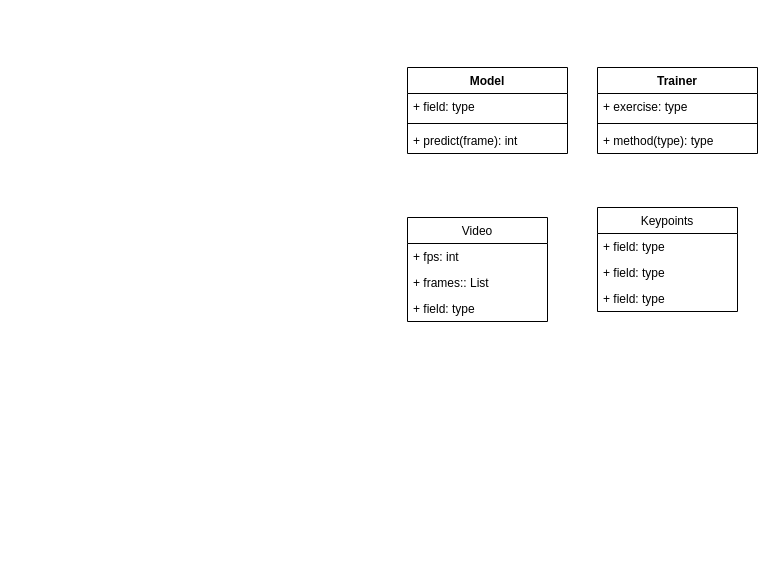
Earlier version of the draw.io diagram Untitled Diagram.drawio (JaviCamp-V/Homefitness-Ja). Source tidied: cells renumbered, new cells numbered last; positions are measured from the earlier drawing's top-left corner, leaving out a move shared by most shapes. Both pictures are drawn from the tidied source at 100%, with x=0, y=0 at pixel (407, 67).
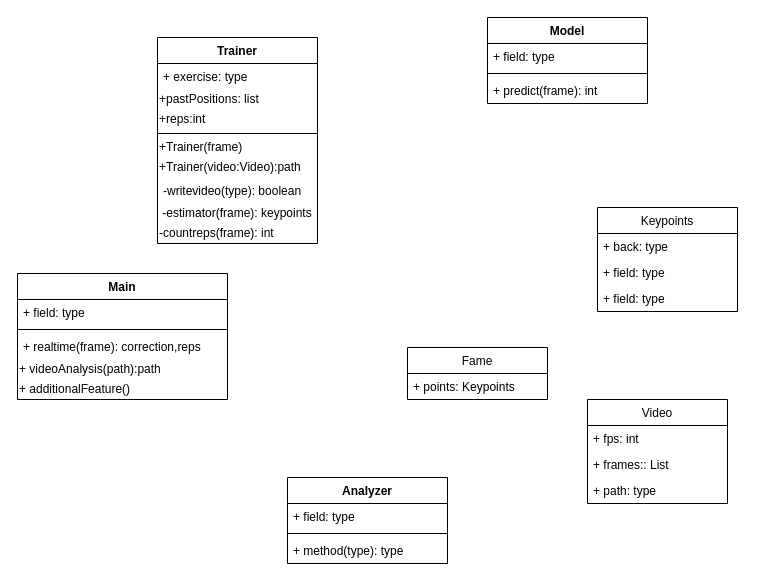
Above is the later version.

The change refers to these unchanged cells:
```xml
<mxCell id="2" value="Keypoints" style="swimlane;fontStyle=0;horizontal=1;startSize=26;fillColor=none;" parent="1" vertex="1">
  <mxGeometry x="190" y="140" width="140" height="104" as="geometry" />
</mxCell>
```

What changed in the source:
```diff
@@
-    <mxCell id="3" value="+ field: type" style="text;strokeColor=none;fillColor=none;align=left;verticalAlign=top;spacingLeft=4;spacingRight=4;overflow=hidden;" parent="2" vertex="1">
+    <mxCell id="3" value="+ back: type" style="text;strokeColor=none;fillColor=none;align=left;verticalAlign=top;spacingLeft=4;spacingRight=4;overflow=hidden;" parent="2" vertex="1">
       <mxGeometry y="26" width="140" height="26" as="geometry" />
     </mxCell>
@@
     <mxCell id="6" value="Trainer" style="swimlane;fontStyle=1;align=center;verticalAlign=top;horizontal=1;startSize=26;" parent="1" vertex="1">
-      <mxGeometry x="190" width="160" height="86" as="geometry" />
+      <mxGeometry x="-250" y="-30" width="160" height="206" as="geometry" />
     </mxCell>
@@
+    <mxCell id="18" value="+pastPositions: list" style="text;html=1;strokeColor=none;fillColor=none;align=left;verticalAlign=middle;whiteSpace=wrap;rounded=0;" parent="6" vertex="1">
+      <mxGeometry y="52" width="160" height="20" as="geometry" />
+    </mxCell>
+    <mxCell id="19" value="+reps:int" style="text;html=1;strokeColor=none;fillColor=none;align=left;verticalAlign=middle;whiteSpace=wrap;rounded=0;" parent="6" vertex="1">
+      <mxGeometry y="72" width="160" height="20" as="geometry" />
+    </mxCell>
     <mxCell id="8" style="line;strokeWidth=1;fillColor=none;align=left;verticalAlign=middle;spacingTop=-1;spacingLeft=3;spacingRight=3;labelPosition=right;" parent="6" vertex="1">
-      <mxGeometry y="52" width="160" height="8" as="geometry" />
+      <mxGeometry y="92" width="160" height="8" as="geometry" />
     </mxCell>
+    <mxCell id="20" value="+Trainer(frame)" style="text;html=1;align=left;verticalAlign=middle;fillColor=none;strokeColor=none;rounded=0;" parent="6" vertex="1">
+      <mxGeometry y="100" width="160" height="20" as="geometry" />
+    </mxCell>
+    <mxCell id="21" value="+Trainer(video:Video):path" style="text;html=1;align=left;verticalAlign=middle;fillColor=none;strokeColor=none;rounded=0;" parent="6" vertex="1">
+      <mxGeometry y="120" width="160" height="20" as="geometry" />
+    </mxCell>
-    <mxCell id="9" value="+ method(type): type" style="text;strokeColor=none;fillColor=none;align=left;verticalAlign=top;spacingLeft=4;spacingRight=4;overflow=hidden;" parent="6" vertex="1">
-      <mxGeometry y="60" width="160" height="26" as="geometry" />
+    <mxCell id="9" value="-writevideo(type): boolean&#10;" style="text;strokeColor=none;fillColor=none;align=left;verticalAlign=top;spacingLeft=4;spacingRight=4;overflow=hidden;" parent="6" vertex="1">
+      <mxGeometry y="140" width="160" height="26" as="geometry" />
     </mxCell>
+    <mxCell id="22" value="-estimator(frame): keypoints" style="text;html=1;strokeColor=none;fillColor=none;align=center;verticalAlign=middle;whiteSpace=wrap;rounded=0;" parent="6" vertex="1">
+      <mxGeometry y="166" width="160" height="20" as="geometry" />
+    </mxCell>
+    <mxCell id="23" value="-countreps(frame): int" style="text;html=1;strokeColor=none;fillColor=none;align=left;verticalAlign=middle;whiteSpace=wrap;rounded=0;" parent="6" vertex="1">
+      <mxGeometry y="186" width="160" height="20" as="geometry" />
+    </mxCell>
     <mxCell id="10" value="Video" style="swimlane;fontStyle=0;horizontal=1;startSize=26;fillColor=none;" parent="1" vertex="1">
-      <mxGeometry y="150" width="140" height="104" as="geometry" />
+      <mxGeometry x="180" y="332" width="140" height="104" as="geometry" />
     </mxCell>
@@
-    <mxCell id="13" value="+ field: type" style="text;strokeColor=none;fillColor=none;align=left;verticalAlign=top;spacingLeft=4;spacingRight=4;overflow=hidden;" parent="10" vertex="1">
+    <mxCell id="13" value="+ path: type" style="text;strokeColor=none;fillColor=none;align=left;verticalAlign=top;spacingLeft=4;spacingRight=4;overflow=hidden;" parent="10" vertex="1">
       <mxGeometry y="78" width="140" height="26" as="geometry" />
     </mxCell>
     <mxCell id="14" value="Model" style="swimlane;fontStyle=1;align=center;verticalAlign=top;horizontal=1;startSize=26;" parent="1" vertex="1">
-      <mxGeometry width="160" height="86" as="geometry" />
+      <mxGeometry x="80" y="-50" width="160" height="86" as="geometry" />
     </mxCell>
@@
+    <mxCell id="24" value="Fame" style="swimlane;fontStyle=0;horizontal=1;startSize=26;fillColor=none;" parent="1" vertex="1">
+      <mxGeometry y="280" width="140" height="52" as="geometry" />
+    </mxCell>
+    <mxCell id="25" value="+ points: Keypoints" style="text;strokeColor=none;fillColor=none;align=left;verticalAlign=top;spacingLeft=4;spacingRight=4;overflow=hidden;" parent="24" vertex="1">
+      <mxGeometry y="26" width="140" height="26" as="geometry" />
+    </mxCell>
+    <mxCell id="26" value="Main" style="swimlane;fontStyle=1;align=center;verticalAlign=top;horizontal=1;startSize=26;" parent="1" vertex="1">
+      <mxGeometry x="-390" y="206" width="210" height="126" as="geometry" />
+    </mxCell>
+    <mxCell id="27" value="+ field: type" style="text;strokeColor=none;fillColor=none;align=left;verticalAlign=top;spacingLeft=4;spacingRight=4;overflow=hidden;" parent="26" vertex="1">
+      <mxGeometry y="26" width="210" height="26" as="geometry" />
+    </mxCell>
+    <mxCell id="28" style="line;strokeWidth=1;fillColor=none;align=left;verticalAlign=middle;spacingTop=-1;spacingLeft=3;spacingRight=3;labelPosition=right;" parent="26" vertex="1">
+      <mxGeometry y="52" width="210" height="8" as="geometry" />
+    </mxCell>
+    <mxCell id="29" value="+ realtime(frame): correction,reps" style="text;strokeColor=none;fillColor=none;align=left;verticalAlign=top;spacingLeft=4;spacingRight=4;overflow=hidden;" parent="26" vertex="1">
+      <mxGeometry y="60" width="210" height="26" as="geometry" />
+    </mxCell>
+    <mxCell id="30" value="+ videoAnalysis(path):path" style="text;html=1;strokeColor=none;fillColor=none;align=left;verticalAlign=middle;whiteSpace=wrap;rounded=0;" parent="26" vertex="1">
+      <mxGeometry y="86" width="210" height="20" as="geometry" />
+    </mxCell>
+    <mxCell id="31" value="+ additionalFeature()" style="text;html=1;strokeColor=none;fillColor=none;align=left;verticalAlign=middle;whiteSpace=wrap;rounded=0;" parent="26" vertex="1">
+      <mxGeometry y="106" width="210" height="20" as="geometry" />
+    </mxCell>
+    <mxCell id="32" value="Analyzer" style="swimlane;fontStyle=1;align=center;verticalAlign=top;horizontal=1;startSize=26;" parent="1" vertex="1">
+      <mxGeometry x="-120" y="410" width="160" height="86" as="geometry" />
+    </mxCell>
+    <mxCell id="33" value="+ field: type" style="text;strokeColor=none;fillColor=none;align=left;verticalAlign=top;spacingLeft=4;spacingRight=4;overflow=hidden;" parent="32" vertex="1">
+      <mxGeometry y="26" width="160" height="26" as="geometry" />
+    </mxCell>
+    <mxCell id="34" style="line;strokeWidth=1;fillColor=none;align=left;verticalAlign=middle;spacingTop=-1;spacingLeft=3;spacingRight=3;labelPosition=right;" parent="32" vertex="1">
+      <mxGeometry y="52" width="160" height="8" as="geometry" />
+    </mxCell>
+    <mxCell id="35" value="+ method(type): type" style="text;strokeColor=none;fillColor=none;align=left;verticalAlign=top;spacingLeft=4;spacingRight=4;overflow=hidden;" parent="32" vertex="1">
+      <mxGeometry y="60" width="160" height="26" as="geometry" />
+    </mxCell>
```
